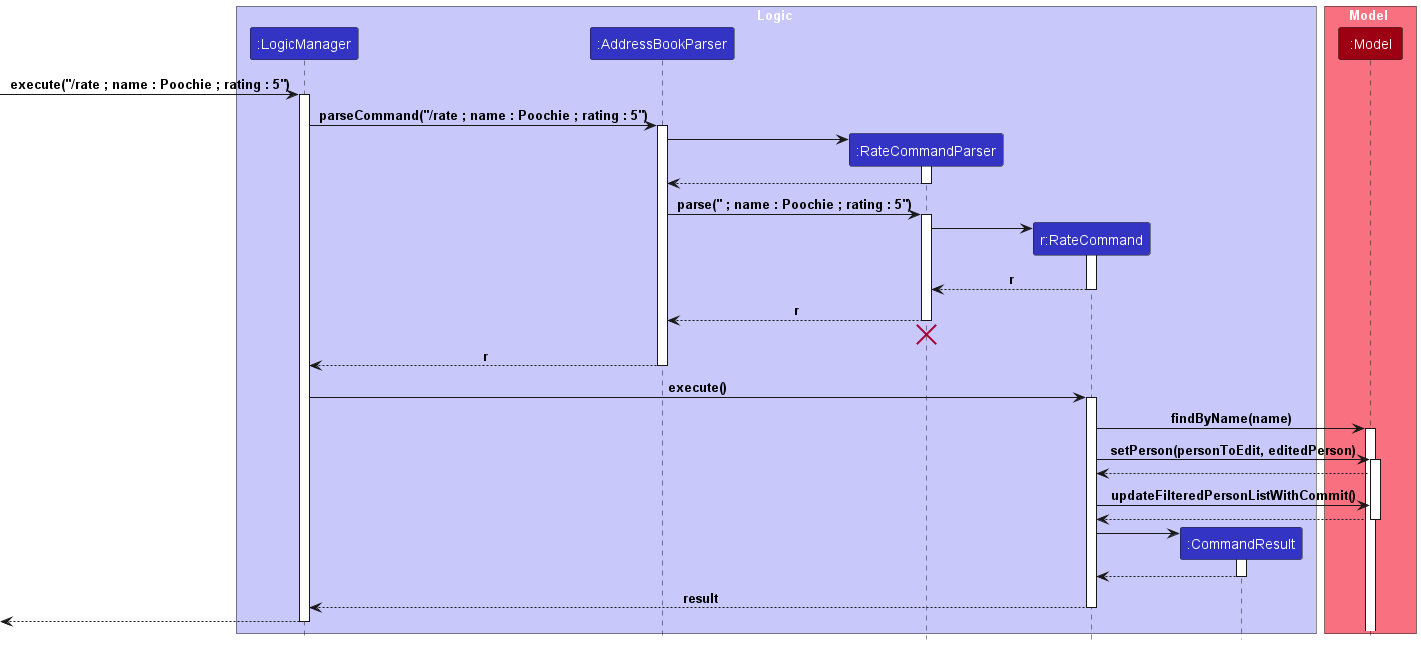
The PlantUML diagram docs/images/RateCommandSequenceDiagram.png in yleeyilin/tp, before a commit.
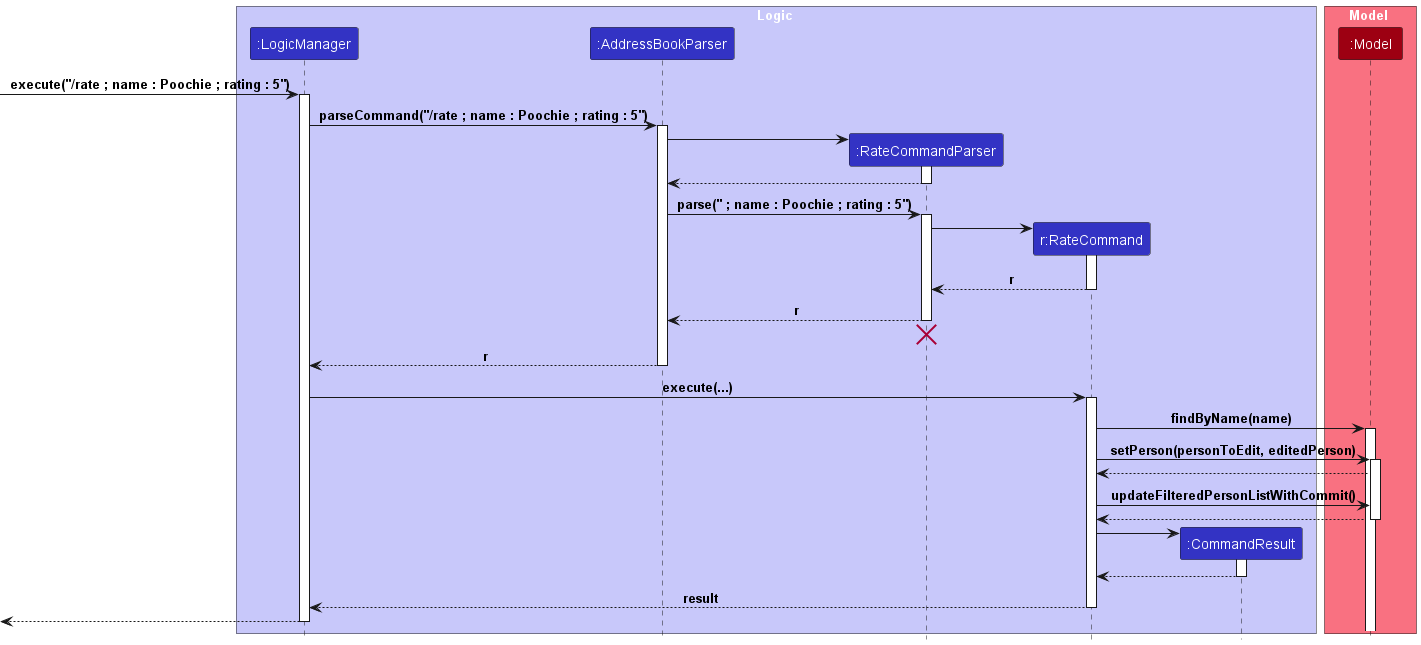
After the commit.

Change to the diagram source:
```diff
@@ -44,7 +44,7 @@
 AddressBookParser --> LogicManager : r
 deactivate AddressBookParser
 
-LogicManager -> RateCommand : execute()
+LogicManager -> RateCommand : execute(...)
 activate RateCommand
 
 RateCommand -> Model : findByName(name)
```
